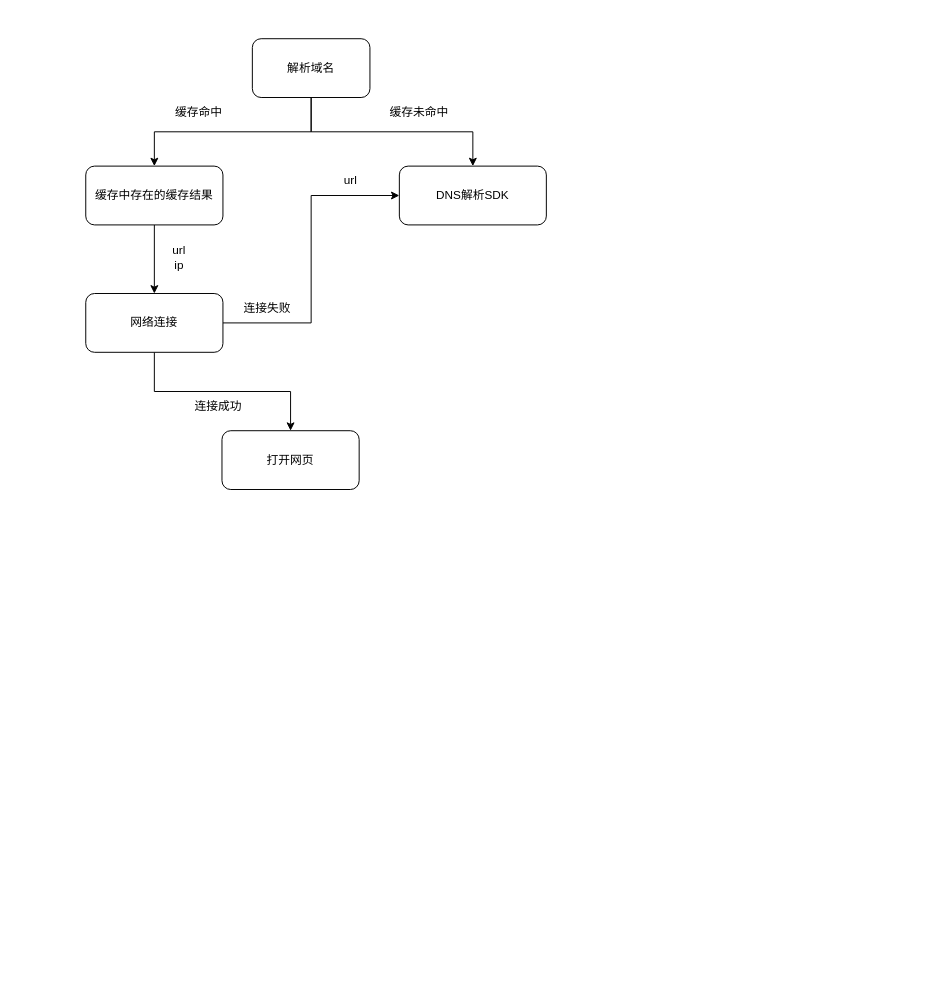
Above: page "第 2 页" (2 of 2) of c-areas DNS解析.drawio in Jev0987/drawioFile (draw.io), before the change. Source tidied: cells renumbered, new cells numbered last; positions are measured from the earlier drawing's top-left corner, leaving out a move shared by most shapes. Both pictures are drawn from the tidied source at 98%, with x=0, y=0 at pixel (85, 38).
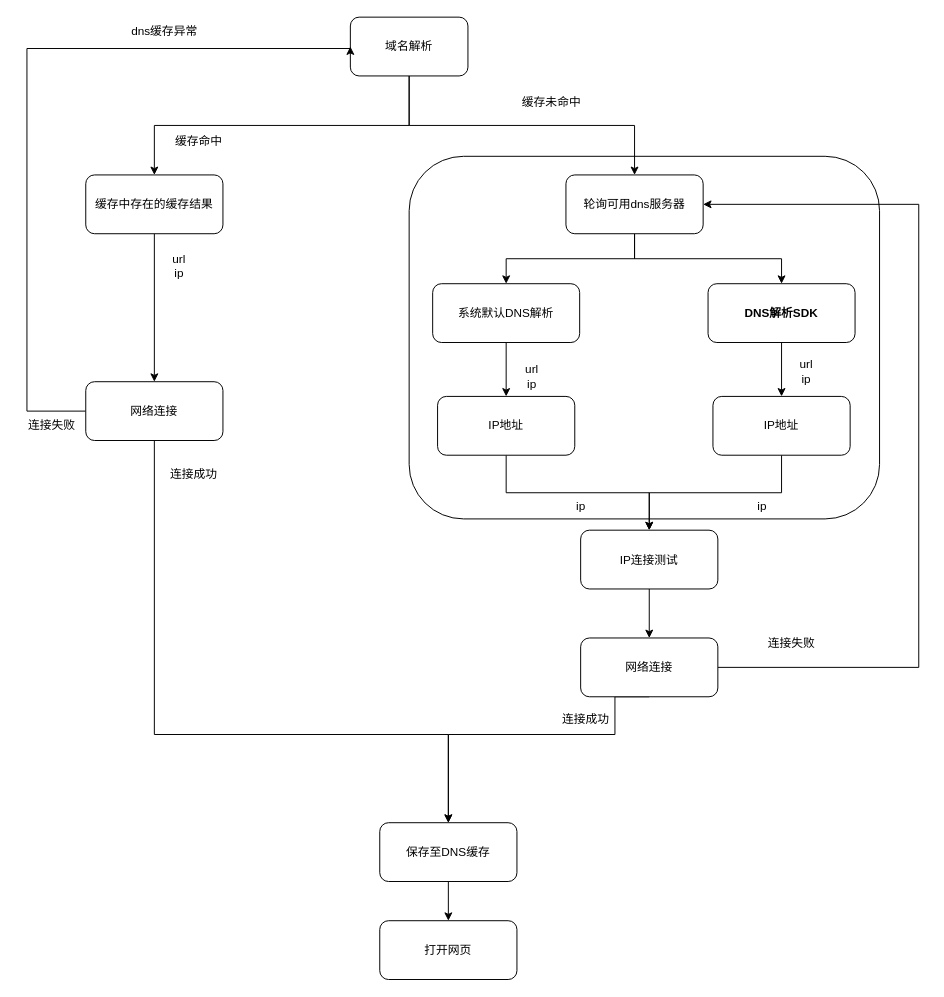
The same diagram, later.

The edit, as a diff of the source:
```diff
@@
+    <mxCell id="18" style="rounded=1;whiteSpace=wrap;html=1;" parent="1" vertex="1">
+      <mxGeometry x="330" y="120" width="480" height="370" as="geometry" />
+    </mxCell>
@@
-    <mxCell id="3" style="edgeStyle=orthogonalEdgeStyle;rounded=0;jettySize=auto;html=1;exitX=0.5;exitY=1;exitDx=0;exitDy=0;entryX=0.5;entryY=0;entryDx=0;entryDy=0;" parent="1" edge="1" source="4" target="7">
-      <mxGeometry relative="1" as="geometry" />
-    </mxCell>
+    <mxCell id="19" style="edgeStyle=orthogonalEdgeStyle;rounded=0;jettySize=auto;html=1;exitX=0.5;exitY=1;exitDx=0;exitDy=0;entryX=0.5;entryY=0;entryDx=0;entryDy=0;" parent="1" edge="1" source="4" target="42">
+      <mxGeometry relative="1" as="geometry" />
+    </mxCell>
-    <mxCell id="4" value="解析域名" style="rounded=1;whiteSpace=wrap;html=1;" parent="1" vertex="1">
-      <mxGeometry x="170" width="120" height="60" as="geometry" />
+    <mxCell id="4" value="域名解析" style="rounded=1;whiteSpace=wrap;html=1;" parent="1" vertex="1">
+      <mxGeometry x="270" y="-22" width="120" height="60" as="geometry" />
     </mxCell>
@@
     <mxCell id="6" value="缓存中存在的缓存结果" style="rounded=1;whiteSpace=wrap;html=1;" parent="1" vertex="1">
-      <mxGeometry y="130" width="140" height="60" as="geometry" />
+      <mxGeometry y="139" width="140" height="60" as="geometry" />
     </mxCell>
+    <mxCell id="20" style="edgeStyle=orthogonalEdgeStyle;rounded=0;jettySize=auto;html=1;exitX=0.5;exitY=1;exitDx=0;exitDy=0;entryX=0.5;entryY=0;entryDx=0;entryDy=0;" parent="1" edge="1" source="7" target="23">
+      <mxGeometry relative="1" as="geometry" />
+    </mxCell>
-    <mxCell id="7" value="DNS解析SDK" style="rounded=1;whiteSpace=wrap;html=1;" parent="1" vertex="1">
-      <mxGeometry x="320" y="130" width="150" height="60" as="geometry" />
+    <mxCell id="7" value="&lt;span style=&quot;font-weight: normal;&quot;&gt;系统默认DNS解析&lt;/span&gt;" style="rounded=1;whiteSpace=wrap;html=1;fontStyle=1;" parent="1" vertex="1">
+      <mxGeometry x="354" y="250" width="150" height="60" as="geometry" />
     </mxCell>
     <mxCell id="8" value="缓存命中" style="text;html=1;align=center;verticalAlign=middle;strokeColor=none;fillColor=none;" parent="1" vertex="1">
-      <mxGeometry x="80" y="60" width="70" height="30" as="geometry" />
+      <mxGeometry x="80" y="90" width="70" height="30" as="geometry" />
     </mxCell>
-    <mxCell id="9" value="缓存未命中" style="text;html=1;align=center;verticalAlign=middle;strokeColor=none;fillColor=none;" parent="1" vertex="1">
-      <mxGeometry x="300" y="60" width="80" height="30" as="geometry" />
-    </mxCell>
-    <mxCell id="10" style="edgeStyle=orthogonalEdgeStyle;rounded=0;jettySize=auto;html=1;exitX=1;exitY=0.5;exitDx=0;exitDy=0;entryX=0;entryY=0.5;entryDx=0;entryDy=0;" parent="1" edge="1" source="12" target="7">
-      <mxGeometry relative="1" as="geometry" />
-    </mxCell>
-    <mxCell id="11" style="edgeStyle=orthogonalEdgeStyle;rounded=0;jettySize=auto;html=1;exitX=0.5;exitY=1;exitDx=0;exitDy=0;entryX=0.5;entryY=0;entryDx=0;entryDy=0;" parent="1" edge="1" source="12" target="13">
-      <mxGeometry relative="1" as="geometry" />
+    <mxCell id="11" style="edgeStyle=orthogonalEdgeStyle;rounded=0;jettySize=auto;html=1;exitX=0.5;exitY=1;exitDx=0;exitDy=0;entryX=0.5;entryY=0;entryDx=0;entryDy=0;" parent="1" edge="1" source="12" target="28">
+      <mxGeometry relative="1" as="geometry">
+        <Array as="points">
+          <mxPoint x="70" y="710" />
+          <mxPoint x="370" y="710" />
+        </Array>
+      </mxGeometry>
     </mxCell>
+    <mxCell id="21" style="edgeStyle=orthogonalEdgeStyle;rounded=0;jettySize=auto;html=1;exitX=0;exitY=0.5;exitDx=0;exitDy=0;entryX=0;entryY=0.5;entryDx=0;entryDy=0;" parent="1" edge="1" source="12" target="4">
+      <mxGeometry relative="1" as="geometry">
+        <Array as="points">
+          <mxPoint x="-60" y="380" />
+          <mxPoint x="-60" y="10" />
+        </Array>
+      </mxGeometry>
+    </mxCell>
     <mxCell id="12" value="网络连接" style="rounded=1;whiteSpace=wrap;html=1;" parent="1" vertex="1">
-      <mxGeometry y="260" width="140" height="60" as="geometry" />
+      <mxGeometry y="350" width="140" height="60" as="geometry" />
     </mxCell>
     <mxCell id="13" value="打开网页" style="rounded=1;whiteSpace=wrap;html=1;" parent="1" vertex="1">
-      <mxGeometry x="139" y="400" width="140" height="60" as="geometry" />
+      <mxGeometry x="300" y="900" width="140" height="60" as="geometry" />
     </mxCell>
     <mxCell id="14" value="连接成功" style="text;html=1;align=center;verticalAlign=middle;strokeColor=none;fillColor=none;" parent="1" vertex="1">
-      <mxGeometry x="100" y="360" width="70" height="30" as="geometry" />
+      <mxGeometry x="75" y="430" width="70" height="30" as="geometry" />
     </mxCell>
     <mxCell id="15" value="连接失败" style="text;html=1;align=center;verticalAlign=middle;strokeColor=none;fillColor=none;" parent="1" vertex="1">
-      <mxGeometry x="150" y="260" width="70" height="30" as="geometry" />
+      <mxGeometry x="-70" y="380" width="70" height="30" as="geometry" />
     </mxCell>
-    <mxCell id="16" value="url" style="text;html=1;align=center;verticalAlign=middle;strokeColor=none;fillColor=none;" parent="1" vertex="1">
-      <mxGeometry x="250" y="130" width="40" height="30" as="geometry" />
-    </mxCell>
     <mxCell id="17" value="url&lt;div&gt;ip&lt;/div&gt;" style="text;html=1;align=center;verticalAlign=middle;strokeColor=none;fillColor=none;" parent="1" vertex="1">
-      <mxGeometry x="75" y="203" width="40" height="40" as="geometry" />
+      <mxGeometry x="75" y="212" width="40" height="40" as="geometry" />
     </mxCell>
+    <mxCell id="22" style="edgeStyle=orthogonalEdgeStyle;rounded=0;jettySize=auto;html=1;exitX=0.5;exitY=1;exitDx=0;exitDy=0;entryX=0.5;entryY=0;entryDx=0;entryDy=0;" parent="1" edge="1" source="23" target="33">
+      <mxGeometry relative="1" as="geometry" />
+    </mxCell>
+    <mxCell id="23" value="IP地址" style="rounded=1;whiteSpace=wrap;html=1;" parent="1" vertex="1">
+      <mxGeometry x="359" y="365" width="140" height="60" as="geometry" />
+    </mxCell>
+    <mxCell id="24" value="url&lt;div&gt;ip&lt;/div&gt;" style="text;html=1;align=center;verticalAlign=middle;strokeColor=none;fillColor=none;" parent="1" vertex="1">
+      <mxGeometry x="435" y="325" width="40" height="40" as="geometry" />
+    </mxCell>
+    <mxCell id="25" style="edgeStyle=orthogonalEdgeStyle;rounded=0;jettySize=auto;html=1;exitX=0.5;exitY=1;exitDx=0;exitDy=0;entryX=0.5;entryY=0;entryDx=0;entryDy=0;" parent="1" edge="1" source="26" target="30">
+      <mxGeometry relative="1" as="geometry" />
+    </mxCell>
+    <mxCell id="26" value="DNS解析SDK" style="rounded=1;whiteSpace=wrap;html=1;fontStyle=1;" parent="1" vertex="1">
+      <mxGeometry x="635" y="250" width="150" height="60" as="geometry" />
+    </mxCell>
+    <mxCell id="27" style="edgeStyle=orthogonalEdgeStyle;rounded=0;jettySize=auto;html=1;exitX=0.5;exitY=1;exitDx=0;exitDy=0;entryX=0.5;entryY=0;entryDx=0;entryDy=0;" parent="1" edge="1" source="28" target="13">
+      <mxGeometry relative="1" as="geometry" />
+    </mxCell>
+    <mxCell id="28" value="保存至DNS缓存" style="rounded=1;whiteSpace=wrap;html=1;" parent="1" vertex="1">
+      <mxGeometry x="300" y="800" width="140" height="60" as="geometry" />
+    </mxCell>
+    <mxCell id="29" style="edgeStyle=orthogonalEdgeStyle;rounded=0;jettySize=auto;html=1;exitX=0.5;exitY=1;exitDx=0;exitDy=0;entryX=0.5;entryY=0;entryDx=0;entryDy=0;" parent="1" edge="1" source="30" target="33">
+      <mxGeometry relative="1" as="geometry" />
+    </mxCell>
+    <mxCell id="30" value="IP地址" style="rounded=1;whiteSpace=wrap;html=1;" parent="1" vertex="1">
+      <mxGeometry x="640" y="365" width="140" height="60" as="geometry" />
+    </mxCell>
+    <mxCell id="31" value="dns缓存异常" style="text;html=1;align=center;verticalAlign=middle;strokeColor=none;fillColor=none;" parent="1" vertex="1">
+      <mxGeometry x="35" y="-22" width="90" height="30" as="geometry" />
+    </mxCell>
+    <mxCell id="32" style="edgeStyle=orthogonalEdgeStyle;rounded=0;jettySize=auto;html=1;exitX=0.5;exitY=1;exitDx=0;exitDy=0;entryX=0.5;entryY=0;entryDx=0;entryDy=0;" parent="1" edge="1" source="33" target="38">
+      <mxGeometry relative="1" as="geometry" />
+    </mxCell>
+    <mxCell id="33" value="IP连接测试" style="rounded=1;whiteSpace=wrap;html=1;" parent="1" vertex="1">
+      <mxGeometry x="505" y="501.5" width="140" height="60" as="geometry" />
+    </mxCell>
+    <mxCell id="34" value="ip" style="text;html=1;align=center;verticalAlign=middle;strokeColor=none;fillColor=none;" parent="1" vertex="1">
+      <mxGeometry x="490" y="461.5" width="30" height="30" as="geometry" />
+    </mxCell>
+    <mxCell id="35" value="ip" style="text;html=1;align=center;verticalAlign=middle;strokeColor=none;fillColor=none;" parent="1" vertex="1">
+      <mxGeometry x="675" y="461.5" width="30" height="30" as="geometry" />
+    </mxCell>
+    <mxCell id="36" style="edgeStyle=orthogonalEdgeStyle;rounded=0;jettySize=auto;html=1;exitX=0.5;exitY=1;exitDx=0;exitDy=0;entryX=0.5;entryY=0;entryDx=0;entryDy=0;" parent="1" edge="1" source="38" target="28">
+      <mxGeometry relative="1" as="geometry">
+        <Array as="points">
+          <mxPoint x="540" y="710" />
+          <mxPoint x="370" y="710" />
+        </Array>
+      </mxGeometry>
+    </mxCell>
+    <mxCell id="37" style="edgeStyle=orthogonalEdgeStyle;rounded=0;jettySize=auto;html=1;exitX=1;exitY=0.5;exitDx=0;exitDy=0;entryX=1;entryY=0.5;entryDx=0;entryDy=0;" parent="1" edge="1" source="38" target="42">
+      <mxGeometry relative="1" as="geometry">
+        <Array as="points">
+          <mxPoint x="850" y="642" />
+          <mxPoint x="850" y="169" />
+        </Array>
+      </mxGeometry>
+    </mxCell>
+    <mxCell id="38" value="网络连接" style="rounded=1;whiteSpace=wrap;html=1;" parent="1" vertex="1">
+      <mxGeometry x="505" y="611.5" width="140" height="60" as="geometry" />
+    </mxCell>
+    <mxCell id="39" value="连接成功" style="text;html=1;align=center;verticalAlign=middle;strokeColor=none;fillColor=none;" parent="1" vertex="1">
+      <mxGeometry x="475" y="679.5" width="70" height="30" as="geometry" />
+    </mxCell>
+    <mxCell id="40" style="edgeStyle=orthogonalEdgeStyle;rounded=0;jettySize=auto;html=1;exitX=0.5;exitY=1;exitDx=0;exitDy=0;entryX=0.5;entryY=0;entryDx=0;entryDy=0;" parent="1" edge="1" source="42" target="7">
+      <mxGeometry relative="1" as="geometry" />
+    </mxCell>
+    <mxCell id="41" style="edgeStyle=orthogonalEdgeStyle;rounded=0;jettySize=auto;html=1;exitX=0.5;exitY=1;exitDx=0;exitDy=0;entryX=0.5;entryY=0;entryDx=0;entryDy=0;" parent="1" edge="1" source="42" target="26">
+      <mxGeometry relative="1" as="geometry" />
+    </mxCell>
+    <mxCell id="42" value="轮询可用dns服务器" style="rounded=1;whiteSpace=wrap;html=1;" parent="1" vertex="1">
+      <mxGeometry x="490" y="139" width="140" height="60" as="geometry" />
+    </mxCell>
+    <mxCell id="43" value="连接失败" style="text;html=1;align=center;verticalAlign=middle;strokeColor=none;fillColor=none;" parent="1" vertex="1">
+      <mxGeometry x="685" y="601.5" width="70" height="30" as="geometry" />
+    </mxCell>
+    <mxCell id="44" value="url&lt;div&gt;ip&lt;/div&gt;" style="text;html=1;align=center;verticalAlign=middle;strokeColor=none;fillColor=none;" parent="1" vertex="1">
+      <mxGeometry x="715" y="320" width="40" height="40" as="geometry" />
+    </mxCell>
+    <mxCell id="9" value="缓存未命中" style="text;html=1;align=center;verticalAlign=middle;strokeColor=none;fillColor=none;" parent="1" vertex="1">
+      <mxGeometry x="435" y="50" width="80" height="30" as="geometry" />
+    </mxCell>
```
